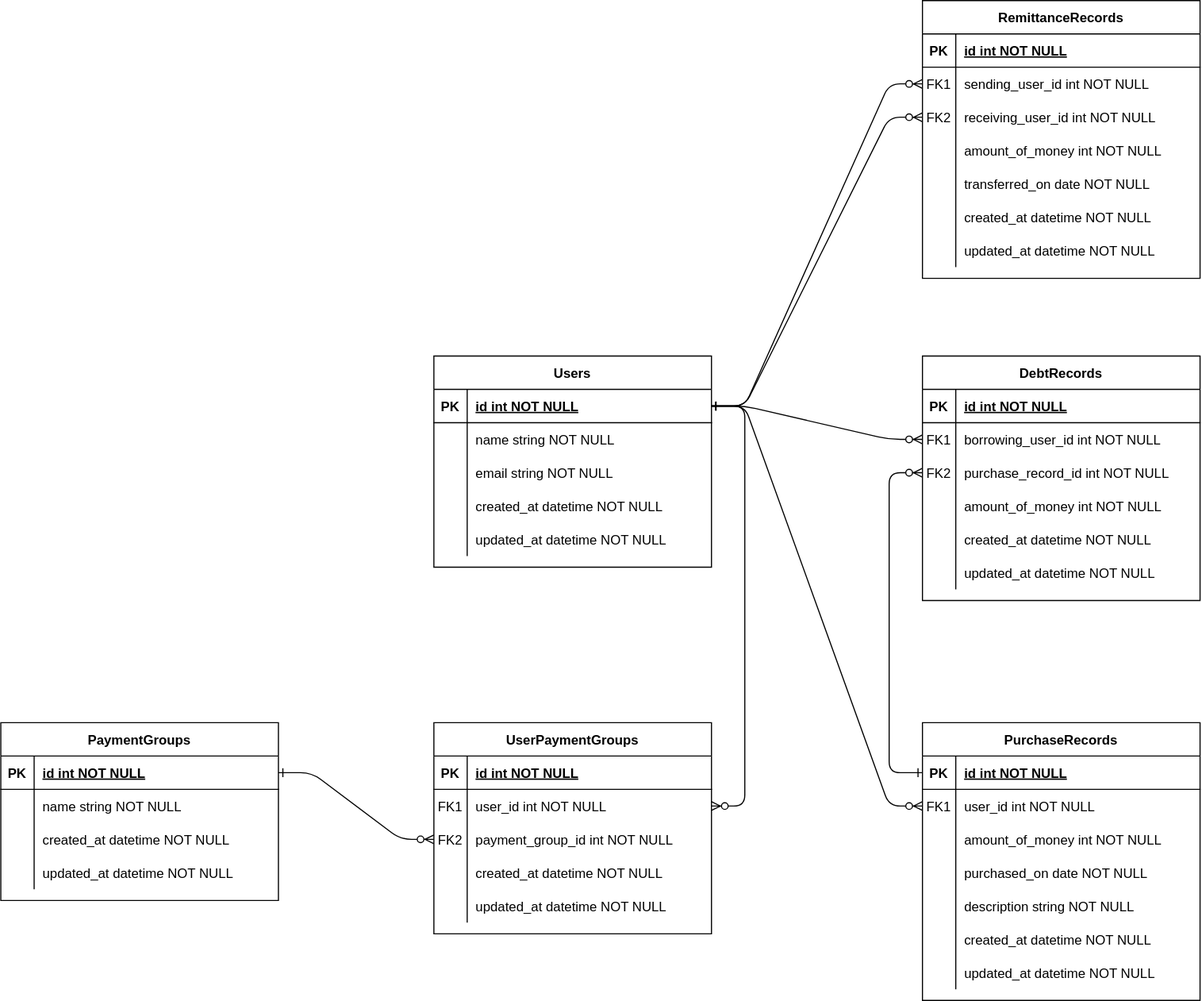
This is er-diagram/er.svg from a-yossy/dutch_account, a draw.io export, as it was before one commit. Source tidied: cells renumbered, new cells last; positions are measured from the earlier drawing's top-left corner, leaving out a move shared by most shapes.
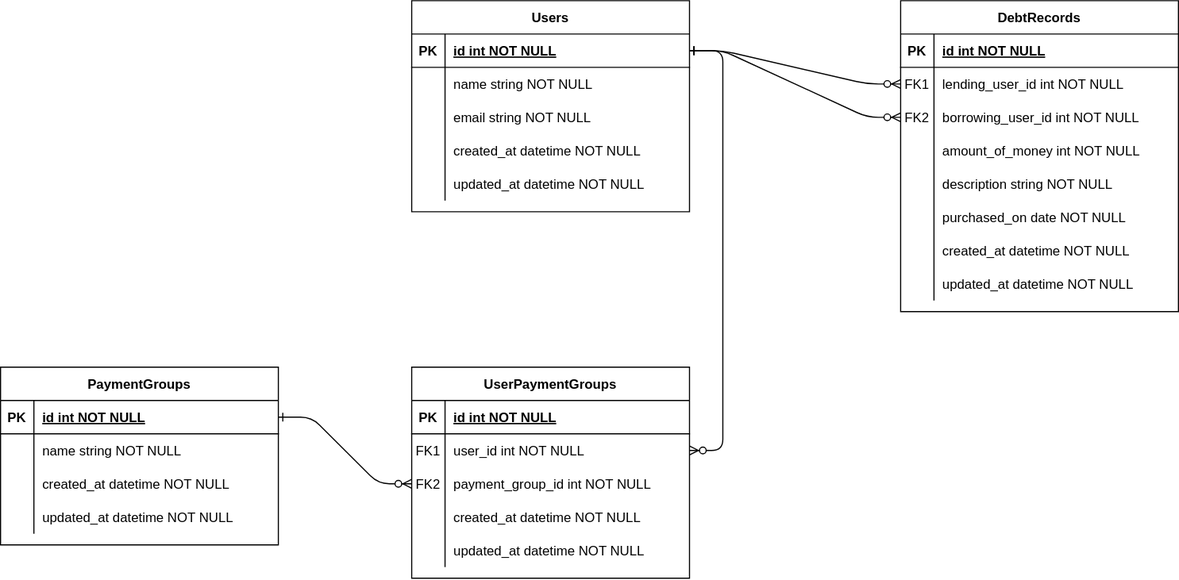
Later version of the same file.

Commit message:
feat: ER図を最小構成に

Diff of the diagram source:
```diff
@@ -2,7 +2,7 @@
   <root>
     <mxCell id="0" />
     <mxCell id="1" parent="0" />
-    <mxCell id="2" style="edgeStyle=entityRelationEdgeStyle;endArrow=ERzeroToMany;startArrow=ERone;endFill=1;startFill=0;" parent="1" edge="1" source="33" target="52">
+    <mxCell id="2" style="edgeStyle=entityRelationEdgeStyle;endArrow=ERzeroToMany;startArrow=ERone;endFill=1;startFill=0;" parent="1" edge="1" source="33" target="117">
       <mxGeometry relative="1" as="geometry" />
     </mxCell>
     <mxCell id="3" value="UserPaymentGroups" style="shape=table;startSize=30;rowLines=0;fontStyle=1;align=center;" parent="1" vertex="1">
@@ -54,7 +54,7 @@
       <mxGeometry x="30" width="220" height="30" as="geometry" />
     </mxCell>
     <mxCell id="19" value="PaymentGroups" style="shape=table;startSize=30;rowLines=0;fontStyle=1;align=center;" parent="1" vertex="1">
-      <mxGeometry y="650" width="250" height="160" as="geometry" />
+      <mxGeometry x="20" y="650" width="250" height="160" as="geometry" />
     </mxCell>
     <mxCell id="20" style="shape=partialRectangle;fillColor=none;points=[[0,0.5],[1,0.5]];portConstraint=eastwest;top=0;left=0;right=0;bottom=1;" parent="19" vertex="1">
       <mxGeometry y="30" width="250" height="30" as="geometry" />
@@ -140,152 +140,14 @@
     <mxCell id="47" value="updated_at datetime NOT NULL" style="shape=partialRectangle;overflow=hidden;fillColor=none;top=0;left=0;bottom=0;right=0;align=left;spacingLeft=6;" parent="45" vertex="1">
       <mxGeometry x="30" width="220" height="30" as="geometry" />
     </mxCell>
-    <mxCell id="48" value="PurchaseRecords" style="shape=table;startSize=30;rowLines=0;fontStyle=1;align=center;" parent="1" vertex="1">
-      <mxGeometry x="830" y="650" width="250" height="250" as="geometry" />
-    </mxCell>
-    <mxCell id="49" style="shape=partialRectangle;fillColor=none;points=[[0,0.5],[1,0.5]];portConstraint=eastwest;top=0;left=0;right=0;bottom=1;" parent="48" vertex="1">
-      <mxGeometry y="30" width="250" height="30" as="geometry" />
-    </mxCell>
-    <mxCell id="50" value="PK" style="shape=partialRectangle;overflow=hidden;fillColor=none;top=0;left=0;bottom=0;right=0;fontStyle=1;" parent="49" vertex="1">
-      <mxGeometry width="30" height="30" as="geometry" />
-    </mxCell>
-    <mxCell id="51" value="id int NOT NULL " style="shape=partialRectangle;overflow=hidden;fillColor=none;top=0;left=0;bottom=0;right=0;align=left;spacingLeft=6;fontStyle=5;" parent="49" vertex="1">
-      <mxGeometry x="30" width="220" height="30" as="geometry" />
-    </mxCell>
-    <mxCell id="52" style="shape=partialRectangle;fillColor=none;points=[[0,0.5],[1,0.5]];portConstraint=eastwest;top=0;left=0;right=0;bottom=0;" parent="48" vertex="1">
-      <mxGeometry y="60" width="250" height="30" as="geometry" />
-    </mxCell>
-    <mxCell id="53" value="FK1" style="shape=partialRectangle;overflow=hidden;fillColor=none;top=0;left=0;bottom=0;right=0;" parent="52" vertex="1">
-      <mxGeometry width="30" height="30" as="geometry" />
-    </mxCell>
-    <mxCell id="54" value="user_id int NOT NULL" style="shape=partialRectangle;overflow=hidden;fillColor=none;top=0;left=0;bottom=0;right=0;align=left;spacingLeft=6;" parent="52" vertex="1">
-      <mxGeometry x="30" width="220" height="30" as="geometry" />
-    </mxCell>
-    <mxCell id="55" style="shape=partialRectangle;fillColor=none;top=0;left=0;right=0;bottom=0;" parent="48" vertex="1">
-      <mxGeometry y="90" width="250" height="30" as="geometry" />
-    </mxCell>
-    <mxCell id="56" style="shape=partialRectangle;overflow=hidden;fillColor=none;top=0;left=0;bottom=0;right=0;" parent="55" vertex="1">
-      <mxGeometry width="30" height="30" as="geometry" />
-    </mxCell>
-    <mxCell id="57" value="amount_of_money int NOT NULL" style="shape=partialRectangle;overflow=hidden;fillColor=none;top=0;left=0;bottom=0;right=0;align=left;spacingLeft=6;" parent="55" vertex="1">
-      <mxGeometry x="30" width="220" height="30" as="geometry" />
-    </mxCell>
-    <mxCell id="58" style="shape=partialRectangle;fillColor=none;top=0;left=0;right=0;bottom=0;" parent="48" vertex="1">
-      <mxGeometry y="120" width="250" height="30" as="geometry" />
-    </mxCell>
-    <mxCell id="59" style="shape=partialRectangle;overflow=hidden;fillColor=none;top=0;left=0;bottom=0;right=0;" parent="58" vertex="1">
-      <mxGeometry width="30" height="30" as="geometry" />
-    </mxCell>
-    <mxCell id="60" value="purchased_on date NOT NULL " style="shape=partialRectangle;overflow=hidden;fillColor=none;top=0;left=0;bottom=0;right=0;align=left;spacingLeft=6;" parent="58" vertex="1">
-      <mxGeometry x="30" width="220" height="30" as="geometry" />
-    </mxCell>
-    <mxCell id="61" style="shape=partialRectangle;fillColor=none;top=0;left=0;right=0;bottom=0;" parent="48" vertex="1">
-      <mxGeometry y="150" width="250" height="30" as="geometry" />
-    </mxCell>
-    <mxCell id="62" style="shape=partialRectangle;overflow=hidden;fillColor=none;top=0;left=0;bottom=0;right=0;" parent="61" vertex="1">
-      <mxGeometry width="30" height="30" as="geometry" />
-    </mxCell>
-    <mxCell id="63" value="description string NOT NULL " style="shape=partialRectangle;overflow=hidden;fillColor=none;top=0;left=0;bottom=0;right=0;align=left;spacingLeft=6;" parent="61" vertex="1">
-      <mxGeometry x="30" width="220" height="30" as="geometry" />
-    </mxCell>
-    <mxCell id="64" style="shape=partialRectangle;fillColor=none;top=0;left=0;right=0;bottom=0;" parent="48" vertex="1">
-      <mxGeometry y="180" width="250" height="30" as="geometry" />
-    </mxCell>
-    <mxCell id="65" style="shape=partialRectangle;overflow=hidden;fillColor=none;top=0;left=0;bottom=0;right=0;" parent="64" vertex="1">
-      <mxGeometry width="30" height="30" as="geometry" />
-    </mxCell>
-    <mxCell id="66" value="created_at datetime NOT NULL" style="shape=partialRectangle;overflow=hidden;fillColor=none;top=0;left=0;bottom=0;right=0;align=left;spacingLeft=6;" parent="64" vertex="1">
-      <mxGeometry x="30" width="220" height="30" as="geometry" />
-    </mxCell>
-    <mxCell id="67" style="shape=partialRectangle;fillColor=none;top=0;left=0;right=0;bottom=0;" parent="48" vertex="1">
-      <mxGeometry y="210" width="250" height="30" as="geometry" />
-    </mxCell>
-    <mxCell id="68" style="shape=partialRectangle;overflow=hidden;fillColor=none;top=0;left=0;bottom=0;right=0;" parent="67" vertex="1">
-      <mxGeometry width="30" height="30" as="geometry" />
-    </mxCell>
-    <mxCell id="69" value="updated_at datetime NOT NULL" style="shape=partialRectangle;overflow=hidden;fillColor=none;top=0;left=0;bottom=0;right=0;align=left;spacingLeft=6;" parent="67" vertex="1">
-      <mxGeometry x="30" width="220" height="30" as="geometry" />
-    </mxCell>
     <mxCell id="70" style="edgeStyle=entityRelationEdgeStyle;endArrow=ERzeroToMany;startArrow=ERone;endFill=1;startFill=0;" parent="1" edge="1" source="20" target="10">
       <mxGeometry relative="1" as="geometry" />
     </mxCell>
     <mxCell id="71" style="edgeStyle=entityRelationEdgeStyle;endArrow=ERzeroToMany;startArrow=ERone;endFill=1;startFill=0;jumpStyle=gap;" parent="1" edge="1" source="33" target="7">
       <mxGeometry relative="1" as="geometry" />
     </mxCell>
-    <mxCell id="72" value="RemittanceRecords" style="shape=table;startSize=30;rowLines=0;fontStyle=1;align=center;" parent="1" vertex="1">
-      <mxGeometry x="830" width="250" height="250" as="geometry" />
-    </mxCell>
-    <mxCell id="73" style="shape=partialRectangle;fillColor=none;top=0;left=0;right=0;bottom=1;" parent="72" vertex="1">
-      <mxGeometry y="30" width="250" height="30" as="geometry" />
-    </mxCell>
-    <mxCell id="74" value="PK" style="shape=partialRectangle;overflow=hidden;fillColor=none;top=0;left=0;bottom=0;right=0;fontStyle=1;" parent="73" vertex="1">
-      <mxGeometry width="30" height="30" as="geometry" />
-    </mxCell>
-    <mxCell id="75" value="id int NOT NULL " style="shape=partialRectangle;overflow=hidden;fillColor=none;top=0;left=0;bottom=0;right=0;align=left;spacingLeft=6;fontStyle=5;" parent="73" vertex="1">
-      <mxGeometry x="30" width="220" height="30" as="geometry" />
-    </mxCell>
-    <mxCell id="76" style="shape=partialRectangle;fillColor=none;points=[[0,0.5],[1,0.5]];portConstraint=eastwest;top=0;left=0;right=0;bottom=0;" parent="72" vertex="1">
-      <mxGeometry y="60" width="250" height="30" as="geometry" />
-    </mxCell>
-    <mxCell id="77" value="FK1" style="shape=partialRectangle;overflow=hidden;fillColor=none;top=0;left=0;bottom=0;right=0;" parent="76" vertex="1">
-      <mxGeometry width="30" height="30" as="geometry" />
-    </mxCell>
-    <mxCell id="78" value="sending_user_id int NOT NULL" style="shape=partialRectangle;overflow=hidden;fillColor=none;top=0;left=0;bottom=0;right=0;align=left;spacingLeft=6;" parent="76" vertex="1">
-      <mxGeometry x="30" width="220" height="30" as="geometry" />
-    </mxCell>
-    <mxCell id="79" style="shape=partialRectangle;fillColor=none;points=[[0,0.5],[1,0.5]];portConstraint=eastwest;top=0;left=0;right=0;bottom=0;" parent="72" vertex="1">
-      <mxGeometry y="90" width="250" height="30" as="geometry" />
-    </mxCell>
-    <mxCell id="80" value="FK2" style="shape=partialRectangle;overflow=hidden;fillColor=none;top=0;left=0;bottom=0;right=0;" parent="79" vertex="1">
-      <mxGeometry width="30" height="30" as="geometry" />
-    </mxCell>
-    <mxCell id="81" value="receiving_user_id int NOT NULL" style="shape=partialRectangle;overflow=hidden;fillColor=none;top=0;left=0;bottom=0;right=0;align=left;spacingLeft=6;" parent="79" vertex="1">
-      <mxGeometry x="30" width="220" height="30" as="geometry" />
-    </mxCell>
-    <mxCell id="82" style="shape=partialRectangle;fillColor=none;top=0;left=0;right=0;bottom=0;" parent="72" vertex="1">
-      <mxGeometry y="120" width="250" height="30" as="geometry" />
-    </mxCell>
-    <mxCell id="83" style="shape=partialRectangle;overflow=hidden;fillColor=none;top=0;left=0;bottom=0;right=0;" parent="82" vertex="1">
-      <mxGeometry width="30" height="30" as="geometry" />
-    </mxCell>
-    <mxCell id="84" value="amount_of_money int NOT NULL" style="shape=partialRectangle;overflow=hidden;fillColor=none;top=0;left=0;bottom=0;right=0;align=left;spacingLeft=6;" parent="82" vertex="1">
-      <mxGeometry x="30" width="220" height="30" as="geometry" />
-    </mxCell>
-    <mxCell id="85" style="shape=partialRectangle;fillColor=none;top=0;left=0;right=0;bottom=0;" parent="72" vertex="1">
-      <mxGeometry y="150" width="250" height="30" as="geometry" />
-    </mxCell>
-    <mxCell id="86" style="shape=partialRectangle;overflow=hidden;fillColor=none;top=0;left=0;bottom=0;right=0;" parent="85" vertex="1">
-      <mxGeometry width="30" height="30" as="geometry" />
-    </mxCell>
-    <mxCell id="87" value="transferred_on date NOT NULL" style="shape=partialRectangle;overflow=hidden;fillColor=none;top=0;left=0;bottom=0;right=0;align=left;spacingLeft=6;" parent="85" vertex="1">
-      <mxGeometry x="30" width="220" height="30" as="geometry" />
-    </mxCell>
-    <mxCell id="88" style="shape=partialRectangle;fillColor=none;top=0;left=0;right=0;bottom=0;" parent="72" vertex="1">
-      <mxGeometry y="180" width="250" height="30" as="geometry" />
-    </mxCell>
-    <mxCell id="89" style="shape=partialRectangle;overflow=hidden;fillColor=none;top=0;left=0;bottom=0;right=0;" parent="88" vertex="1">
-      <mxGeometry width="30" height="30" as="geometry" />
-    </mxCell>
-    <mxCell id="90" value="created_at datetime NOT NULL" style="shape=partialRectangle;overflow=hidden;fillColor=none;top=0;left=0;bottom=0;right=0;align=left;spacingLeft=6;" parent="88" vertex="1">
-      <mxGeometry x="30" width="220" height="30" as="geometry" />
-    </mxCell>
-    <mxCell id="91" style="shape=partialRectangle;fillColor=none;top=0;left=0;right=0;bottom=0;" parent="72" vertex="1">
-      <mxGeometry y="210" width="250" height="30" as="geometry" />
-    </mxCell>
-    <mxCell id="92" style="shape=partialRectangle;overflow=hidden;fillColor=none;top=0;left=0;bottom=0;right=0;" parent="91" vertex="1">
-      <mxGeometry width="30" height="30" as="geometry" />
-    </mxCell>
-    <mxCell id="93" value="updated_at datetime NOT NULL" style="shape=partialRectangle;overflow=hidden;fillColor=none;top=0;left=0;bottom=0;right=0;align=left;spacingLeft=6;" parent="91" vertex="1">
-      <mxGeometry x="30" width="220" height="30" as="geometry" />
-    </mxCell>
-    <mxCell id="94" style="edgeStyle=entityRelationEdgeStyle;endArrow=ERzeroToMany;startArrow=ERone;endFill=1;startFill=0;jumpStyle=gap;" parent="1" edge="1" source="33" target="76">
-      <mxGeometry relative="1" as="geometry" />
-    </mxCell>
-    <mxCell id="95" style="edgeStyle=entityRelationEdgeStyle;endArrow=ERzeroToMany;startArrow=ERone;endFill=1;startFill=0;jumpStyle=gap;" parent="1" edge="1" source="33" target="79">
-      <mxGeometry relative="1" as="geometry" />
-    </mxCell>
     <mxCell id="96" value="DebtRecords" style="shape=table;startSize=30;rowLines=0;fontStyle=1;align=center;" parent="1" vertex="1">
-      <mxGeometry x="830" y="320" width="250" height="220" as="geometry" />
+      <mxGeometry x="830" y="320" width="250" height="280" as="geometry" />
     </mxCell>
     <mxCell id="97" style="shape=partialRectangle;fillColor=none;top=0;left=0;right=0;bottom=1;" parent="96" vertex="1">
       <mxGeometry y="30" width="250" height="30" as="geometry" />
@@ -296,24 +158,24 @@
     <mxCell id="99" value="id int NOT NULL " style="shape=partialRectangle;overflow=hidden;fillColor=none;top=0;left=0;bottom=0;right=0;align=left;spacingLeft=6;fontStyle=5;" parent="97" vertex="1">
       <mxGeometry x="30" width="220" height="30" as="geometry" />
     </mxCell>
+    <mxCell id="117" style="shape=partialRectangle;fillColor=none;points=[[0,0.5],[1,0.5]];portConstraint=eastwest;top=0;left=0;right=0;bottom=0;" parent="96" vertex="1">
+      <mxGeometry y="60" width="250" height="30" as="geometry" />
+    </mxCell>
+    <mxCell id="118" value="FK1" style="shape=partialRectangle;overflow=hidden;fillColor=none;top=0;left=0;bottom=0;right=0;" parent="117" vertex="1">
+      <mxGeometry width="30" height="30" as="geometry" />
+    </mxCell>
+    <mxCell id="119" value="lending_user_id int NOT NULL" style="shape=partialRectangle;overflow=hidden;fillColor=none;top=0;left=0;bottom=0;right=0;align=left;spacingLeft=6;" parent="117" vertex="1">
+      <mxGeometry x="30" width="220" height="30" as="geometry" />
+    </mxCell>
     <mxCell id="100" style="shape=partialRectangle;fillColor=none;points=[[0,0.5],[1,0.5]];portConstraint=eastwest;top=0;left=0;right=0;bottom=0;" parent="96" vertex="1">
-      <mxGeometry y="60" width="250" height="30" as="geometry" />
+      <mxGeometry y="90" width="250" height="30" as="geometry" />
     </mxCell>
-    <mxCell id="101" value="FK1" style="shape=partialRectangle;overflow=hidden;fillColor=none;top=0;left=0;bottom=0;right=0;" parent="100" vertex="1">
+    <mxCell id="101" value="FK2" style="shape=partialRectangle;overflow=hidden;fillColor=none;top=0;left=0;bottom=0;right=0;" parent="100" vertex="1">
       <mxGeometry width="30" height="30" as="geometry" />
     </mxCell>
     <mxCell id="102" value="borrowing_user_id int NOT NULL" style="shape=partialRectangle;overflow=hidden;fillColor=none;top=0;left=0;bottom=0;right=0;align=left;spacingLeft=6;" parent="100" vertex="1">
       <mxGeometry x="30" width="220" height="30" as="geometry" />
     </mxCell>
-    <mxCell id="103" style="shape=partialRectangle;fillColor=none;points=[[0,0.5],[1,0.5]];portConstraint=eastwest;top=0;left=0;right=0;bottom=0;" parent="96" vertex="1">
-      <mxGeometry y="90" width="250" height="30" as="geometry" />
-    </mxCell>
-    <mxCell id="104" value="FK2" style="shape=partialRectangle;overflow=hidden;fillColor=none;top=0;left=0;bottom=0;right=0;" parent="103" vertex="1">
-      <mxGeometry width="30" height="30" as="geometry" />
-    </mxCell>
-    <mxCell id="105" value="purchase_record_id int NOT NULL" style="shape=partialRectangle;overflow=hidden;fillColor=none;top=0;left=0;bottom=0;right=0;align=left;spacingLeft=6;" parent="103" vertex="1">
-      <mxGeometry x="30" width="220" height="30" as="geometry" />
-    </mxCell>
     <mxCell id="106" style="shape=partialRectangle;fillColor=none;top=0;left=0;right=0;bottom=0;" parent="96" vertex="1">
       <mxGeometry y="120" width="250" height="30" as="geometry" />
     </mxCell>
@@ -323,8 +185,26 @@
     <mxCell id="108" value="amount_of_money int NOT NULL" style="shape=partialRectangle;overflow=hidden;fillColor=none;top=0;left=0;bottom=0;right=0;align=left;spacingLeft=6;" parent="106" vertex="1">
       <mxGeometry x="30" width="220" height="30" as="geometry" />
     </mxCell>
+    <mxCell id="120" style="shape=partialRectangle;fillColor=none;top=0;left=0;right=0;bottom=0;" parent="96" vertex="1">
+      <mxGeometry y="150" width="250" height="30" as="geometry" />
+    </mxCell>
+    <mxCell id="121" style="shape=partialRectangle;overflow=hidden;fillColor=none;top=0;left=0;bottom=0;right=0;" parent="120" vertex="1">
+      <mxGeometry width="30" height="30" as="geometry" />
+    </mxCell>
+    <mxCell id="63" value="description string NOT NULL" style="shape=partialRectangle;overflow=hidden;fillColor=none;top=0;left=0;bottom=0;right=0;align=left;spacingLeft=6;" parent="120" vertex="1">
+      <mxGeometry x="30" width="220" height="30" as="geometry" />
+    </mxCell>
+    <mxCell id="122" style="shape=partialRectangle;fillColor=none;top=0;left=0;right=0;bottom=0;" parent="96" vertex="1">
+      <mxGeometry y="180" width="250" height="30" as="geometry" />
+    </mxCell>
+    <mxCell id="123" style="shape=partialRectangle;overflow=hidden;fillColor=none;top=0;left=0;bottom=0;right=0;" parent="122" vertex="1">
+      <mxGeometry width="30" height="30" as="geometry" />
+    </mxCell>
+    <mxCell id="60" value="purchased_on date NOT NULL" style="shape=partialRectangle;overflow=hidden;fillColor=none;top=0;left=0;bottom=0;right=0;align=left;spacingLeft=6;" parent="122" vertex="1">
+      <mxGeometry x="30" width="220" height="30" as="geometry" />
+    </mxCell>
     <mxCell id="109" style="shape=partialRectangle;fillColor=none;top=0;left=0;right=0;bottom=0;" parent="96" vertex="1">
-      <mxGeometry y="150" width="250" height="30" as="geometry" />
+      <mxGeometry y="210" width="250" height="30" as="geometry" />
     </mxCell>
     <mxCell id="110" style="shape=partialRectangle;overflow=hidden;fillColor=none;top=0;left=0;bottom=0;right=0;" parent="109" vertex="1">
       <mxGeometry width="30" height="30" as="geometry" />
@@ -333,7 +213,7 @@
       <mxGeometry x="30" width="220" height="30" as="geometry" />
     </mxCell>
     <mxCell id="112" style="shape=partialRectangle;fillColor=none;top=0;left=0;right=0;bottom=0;" parent="96" vertex="1">
-      <mxGeometry y="180" width="250" height="30" as="geometry" />
+      <mxGeometry y="240" width="250" height="30" as="geometry" />
     </mxCell>
     <mxCell id="113" style="shape=partialRectangle;overflow=hidden;fillColor=none;top=0;left=0;bottom=0;right=0;" parent="112" vertex="1">
       <mxGeometry width="30" height="30" as="geometry" />
@@ -341,14 +221,6 @@
     <mxCell id="114" value="updated_at datetime NOT NULL" style="shape=partialRectangle;overflow=hidden;fillColor=none;top=0;left=0;bottom=0;right=0;align=left;spacingLeft=6;" parent="112" vertex="1">
       <mxGeometry x="30" width="220" height="30" as="geometry" />
     </mxCell>
-    <mxCell id="115" style="edgeStyle=elbowEdgeStyle;endArrow=ERzeroToMany;startArrow=ERone;endFill=1;startFill=0;exitX=0;exitY=0.5;exitDx=0;exitDy=0;elbow=vertical;" parent="1" edge="1" source="49" target="103">
-      <mxGeometry relative="1" as="geometry">
-        <Array as="points">
-          <mxPoint x="800" y="480" />
-          <mxPoint x="800" y="695" />
-        </Array>
-      </mxGeometry>
-    </mxCell>
     <mxCell id="116" style="edgeStyle=entityRelationEdgeStyle;endArrow=ERzeroToMany;startArrow=ERone;endFill=1;startFill=0;jumpStyle=gap;" parent="1" edge="1" source="33" target="100">
       <mxGeometry relative="1" as="geometry" />
     </mxCell>
```
